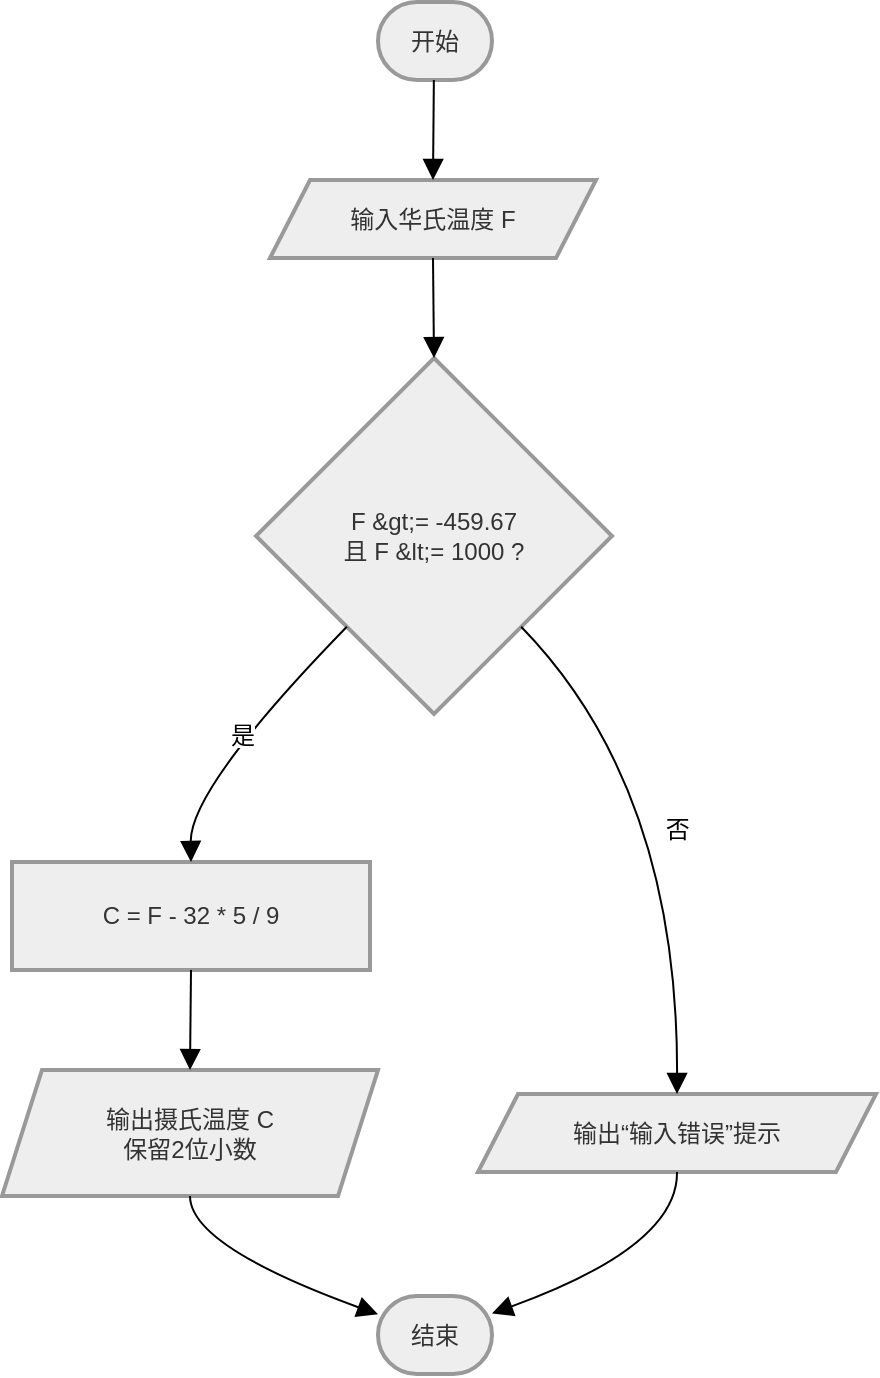
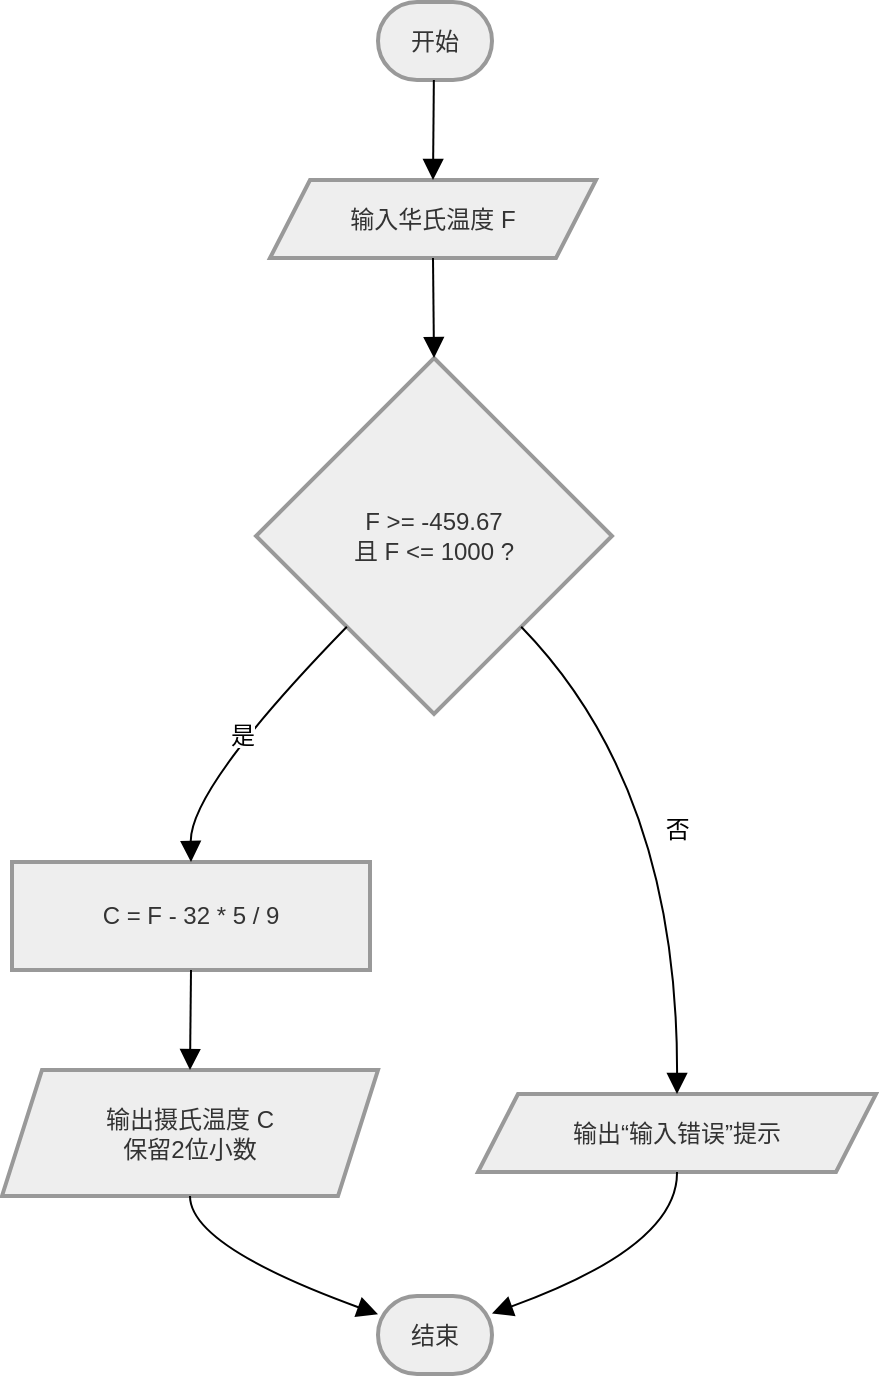
<mxfile host="app.diagrams.net">
  <diagram name="第 1 页" id="asiHyu0Wg3lCXYyGp2l-">
-     <mxGraphModel dx="639" dy="1223" grid="1" gridSize="10" guides="1" tooltips="1" connect="1" arrows="1" fold="1" page="1" pageScale="1" pageWidth="827" pageHeight="1169" math="0" shadow="0">
+     <mxGraphModel dx="639" dy="1229" grid="1" gridSize="10" guides="1" tooltips="1" connect="1" arrows="1" fold="1" page="1" pageScale="1" pageWidth="827" pageHeight="1169" math="0" shadow="0">
      <root>
        <mxCell id="0" />
        <mxCell id="1" parent="0" />
        <mxCell id="m8K66Mku_9UyweHFsQZc-1" parent="1" style="rounded=1;whiteSpace=wrap;arcSize=50;strokeWidth=2;fillColor=light-dark(#eeeeee,#1f2020);strokeColor=light-dark(#999999,#cccccc);fontColor=light-dark(#333333,#cccccc);" value="开始" vertex="1">
          <mxGeometry height="39" width="57" x="208" y="20" as="geometry" />
        </mxCell>
        <mxCell id="m8K66Mku_9UyweHFsQZc-2" parent="1" style="shape=parallelogram;perimeter=parallelogramPerimeter;fixedSize=1;strokeWidth=2;whiteSpace=wrap;fillColor=light-dark(#eeeeee,#1f2020);strokeColor=light-dark(#999999,#cccccc);fontColor=light-dark(#333333,#cccccc);" value="输入华氏温度 F" vertex="1">
          <mxGeometry height="39" width="163" x="154" y="109" as="geometry" />
        </mxCell>
-         <mxCell id="m8K66Mku_9UyweHFsQZc-3" parent="1" style="rhombus;strokeWidth=2;whiteSpace=wrap;fillColor=light-dark(#eeeeee,#1f2020);strokeColor=light-dark(#999999,#cccccc);fontColor=light-dark(#333333,#cccccc);" value="F &amp;gt;= -459.67 &#xa;且 F &amp;lt;= 1000 ?" vertex="1">
+         <mxCell id="m8K66Mku_9UyweHFsQZc-3" parent="1" style="rhombus;strokeWidth=2;whiteSpace=wrap;fillColor=light-dark(#eeeeee,#1f2020);strokeColor=light-dark(#999999,#cccccc);fontColor=light-dark(#333333,#cccccc);" value="F &gt;= -459.67 &#xa;且 F &lt;= 1000 ?" vertex="1">
          <mxGeometry height="178" width="178" x="147" y="198" as="geometry" />
        </mxCell>
        <mxCell id="m8K66Mku_9UyweHFsQZc-4" parent="1" style="whiteSpace=wrap;strokeWidth=2;fillColor=light-dark(#eeeeee,#1f2020);strokeColor=light-dark(#999999,#cccccc);fontColor=light-dark(#333333,#cccccc);" value="C = F - 32 * 5 / 9" vertex="1">
          <mxGeometry height="54" width="179" x="25" y="450" as="geometry" />
        </mxCell>
        <mxCell id="m8K66Mku_9UyweHFsQZc-5" parent="1" style="shape=parallelogram;perimeter=parallelogramPerimeter;fixedSize=1;strokeWidth=2;whiteSpace=wrap;fillColor=light-dark(#eeeeee,#1f2020);strokeColor=light-dark(#999999,#cccccc);fontColor=light-dark(#333333,#cccccc);" value="输出摄氏温度 C&#xa;保留2位小数" vertex="1">
          <mxGeometry height="63" width="188" x="20" y="554" as="geometry" />
        </mxCell>
        <mxCell id="m8K66Mku_9UyweHFsQZc-6" parent="1" style="shape=parallelogram;perimeter=parallelogramPerimeter;fixedSize=1;strokeWidth=2;whiteSpace=wrap;fillColor=light-dark(#eeeeee,#1f2020);strokeColor=light-dark(#999999,#cccccc);fontColor=light-dark(#333333,#cccccc);" value="输出“输入错误”提示" vertex="1">
          <mxGeometry height="39" width="199" x="258" y="566" as="geometry" />
        </mxCell>
        <mxCell id="m8K66Mku_9UyweHFsQZc-7" parent="1" style="rounded=1;whiteSpace=wrap;arcSize=50;strokeWidth=2;fillColor=light-dark(#eeeeee,#1f2020);strokeColor=light-dark(#999999,#cccccc);fontColor=light-dark(#333333,#cccccc);" value="结束" vertex="1">
          <mxGeometry height="39" width="57" x="208" y="667" as="geometry" />
        </mxCell>
        <mxCell id="m8K66Mku_9UyweHFsQZc-8" edge="1" parent="1" source="m8K66Mku_9UyweHFsQZc-1" style="curved=1;startArrow=none;endArrow=block;exitX=0.49;exitY=1;entryX=0.5;entryY=0;rounded=0;fontSize=12;startSize=8;endSize=8;" target="m8K66Mku_9UyweHFsQZc-2" value="">
          <mxGeometry relative="1" as="geometry">
            <Array as="points" />
          </mxGeometry>
        </mxCell>
        <mxCell id="m8K66Mku_9UyweHFsQZc-9" edge="1" parent="1" source="m8K66Mku_9UyweHFsQZc-2" style="curved=1;startArrow=none;endArrow=block;exitX=0.5;exitY=1;entryX=0.5;entryY=0;rounded=0;fontSize=12;startSize=8;endSize=8;" target="m8K66Mku_9UyweHFsQZc-3" value="">
          <mxGeometry relative="1" as="geometry">
            <Array as="points" />
          </mxGeometry>
        </mxCell>
        <mxCell id="m8K66Mku_9UyweHFsQZc-10" edge="1" parent="1" source="m8K66Mku_9UyweHFsQZc-3" style="curved=1;startArrow=none;endArrow=block;exitX=0.02;exitY=1;entryX=0.5;entryY=0;rounded=0;fontSize=12;startSize=8;endSize=8;" target="m8K66Mku_9UyweHFsQZc-4" value="是">
          <mxGeometry relative="1" as="geometry">
            <Array as="points">
              <mxPoint x="114" y="413" />
            </Array>
          </mxGeometry>
        </mxCell>
        <mxCell id="m8K66Mku_9UyweHFsQZc-11" edge="1" parent="1" source="m8K66Mku_9UyweHFsQZc-4" style="curved=1;startArrow=none;endArrow=block;exitX=0.5;exitY=1;entryX=0.5;entryY=0;rounded=0;fontSize=12;startSize=8;endSize=8;" target="m8K66Mku_9UyweHFsQZc-5" value="">
          <mxGeometry relative="1" as="geometry">
            <Array as="points" />
          </mxGeometry>
        </mxCell>
        <mxCell id="m8K66Mku_9UyweHFsQZc-12" edge="1" parent="1" source="m8K66Mku_9UyweHFsQZc-3" style="curved=1;startArrow=none;endArrow=block;exitX=0.98;exitY=1;entryX=0.5;entryY=0;rounded=0;fontSize=12;startSize=8;endSize=8;" target="m8K66Mku_9UyweHFsQZc-6" value="否">
          <mxGeometry relative="1" as="geometry">
            <Array as="points">
              <mxPoint x="358" y="413" />
            </Array>
          </mxGeometry>
        </mxCell>
        <mxCell id="m8K66Mku_9UyweHFsQZc-13" edge="1" parent="1" source="m8K66Mku_9UyweHFsQZc-5" style="curved=1;startArrow=none;endArrow=block;exitX=0.5;exitY=1;entryX=-0.01;entryY=0.23;rounded=0;fontSize=12;startSize=8;endSize=8;" target="m8K66Mku_9UyweHFsQZc-7" value="">
          <mxGeometry relative="1" as="geometry">
            <Array as="points">
              <mxPoint x="114" y="642" />
            </Array>
          </mxGeometry>
        </mxCell>
        <mxCell id="m8K66Mku_9UyweHFsQZc-14" edge="1" parent="1" source="m8K66Mku_9UyweHFsQZc-6" style="curved=1;startArrow=none;endArrow=block;exitX=0.5;exitY=1;entryX=0.99;entryY=0.23;rounded=0;fontSize=12;startSize=8;endSize=8;" target="m8K66Mku_9UyweHFsQZc-7" value="">
          <mxGeometry relative="1" as="geometry">
            <Array as="points">
              <mxPoint x="358" y="642" />
            </Array>
          </mxGeometry>
        </mxCell>
      </root>
    </mxGraphModel>
  </diagram>
</mxfile>
